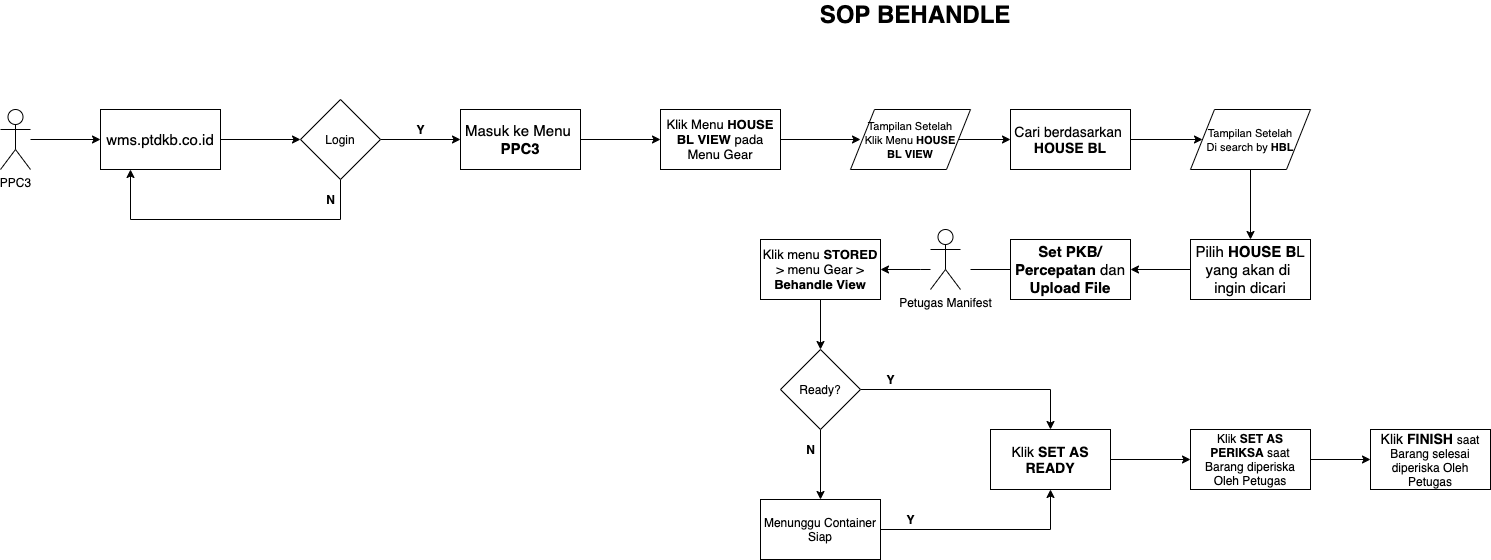
This is img/sopbehandle.png from sftmm/User-Manual, a draw.io export, as it was before one commit. Source tidied: cells renumbered, new cells last; positions are measured from the earlier drawing's top-left corner, leaving out a move shared by most shapes. Source of this version:
```xml
<mxGraphModel>
  <root>
    <mxCell id="0" />
    <mxCell id="1" parent="0" />
    <mxCell id="2" style="edgeStyle=orthogonalEdgeStyle;rounded=0;jettySize=auto;html=1;" parent="1" edge="1" source="3">
      <mxGeometry relative="1" as="geometry">
        <mxPoint x="300" y="130" as="targetPoint" />
      </mxGeometry>
    </mxCell>
    <mxCell id="3" value="&lt;font style=&quot;font-size: 15px&quot;&gt;wms.ptdkb.co.id&lt;/font&gt;" style="rounded=0;whiteSpace=wrap;html=1;" parent="1" vertex="1">
      <mxGeometry x="100" y="100" width="120" height="60" as="geometry" />
    </mxCell>
    <mxCell id="4" style="edgeStyle=orthogonalEdgeStyle;rounded=0;jettySize=auto;html=1;" parent="1" edge="1" source="6">
      <mxGeometry relative="1" as="geometry">
        <mxPoint x="460" y="130" as="targetPoint" />
      </mxGeometry>
    </mxCell>
    <mxCell id="5" style="edgeStyle=orthogonalEdgeStyle;rounded=0;jettySize=auto;html=1;entryX=0.25;entryY=1;entryDx=0;entryDy=0;" parent="1" edge="1" source="6" target="3">
      <mxGeometry relative="1" as="geometry">
        <Array as="points">
          <mxPoint x="340" y="210" />
          <mxPoint x="130" y="210" />
        </Array>
      </mxGeometry>
    </mxCell>
    <mxCell id="6" value="Login" style="rhombus;whiteSpace=wrap;html=1;" parent="1" vertex="1">
      <mxGeometry x="300" y="90" width="80" height="80" as="geometry" />
    </mxCell>
    <mxCell id="7" style="edgeStyle=orthogonalEdgeStyle;rounded=0;jettySize=auto;html=1;" parent="1" edge="1" source="8" target="10">
      <mxGeometry relative="1" as="geometry" />
    </mxCell>
    <mxCell id="8" value="&lt;font style=&quot;font-size: 15px&quot;&gt;Masuk ke Menu&amp;nbsp;&lt;br&gt;&lt;b&gt;PPC3&lt;/b&gt;&lt;br&gt;&lt;/font&gt;" style="rounded=0;whiteSpace=wrap;html=1;" parent="1" vertex="1">
      <mxGeometry x="460" y="100" width="120" height="60" as="geometry" />
    </mxCell>
    <mxCell id="9" style="edgeStyle=orthogonalEdgeStyle;rounded=0;jettySize=auto;html=1;" parent="1" edge="1" source="10">
      <mxGeometry relative="1" as="geometry">
        <mxPoint x="860" y="130" as="targetPoint" />
      </mxGeometry>
    </mxCell>
    <mxCell id="10" value="&lt;font style=&quot;font-size: 13px&quot;&gt;Klik Menu &lt;b&gt;HOUSE BL VIEW&lt;/b&gt;&amp;nbsp;pada Menu Gear&lt;br&gt;&lt;/font&gt;" style="rounded=0;whiteSpace=wrap;html=1;" parent="1" vertex="1">
      <mxGeometry x="660" y="100" width="120" height="60" as="geometry" />
    </mxCell>
    <mxCell id="11" style="edgeStyle=orthogonalEdgeStyle;rounded=0;jettySize=auto;html=1;" parent="1" edge="1" source="12" target="16">
      <mxGeometry relative="1" as="geometry" />
    </mxCell>
    <mxCell id="12" value="&lt;font style=&quot;font-size: 14px&quot;&gt;Cari berdasarkan&amp;nbsp;&lt;br&gt;&lt;b&gt;HOUSE BL&lt;/b&gt;&lt;br&gt;&lt;/font&gt;" style="rounded=0;whiteSpace=wrap;html=1;" parent="1" vertex="1">
      <mxGeometry x="1010" y="100" width="120" height="60" as="geometry" />
    </mxCell>
    <mxCell id="13" value="&lt;b&gt;Y&lt;/b&gt;" style="text;html=1;align=center;verticalAlign=middle;" parent="1" vertex="1">
      <mxGeometry x="410" y="110" width="20" height="20" as="geometry" />
    </mxCell>
    <mxCell id="14" value="&lt;b&gt;N&lt;/b&gt;" style="text;html=1;align=center;verticalAlign=middle;" parent="1" vertex="1">
      <mxGeometry x="320" y="180" width="20" height="20" as="geometry" />
    </mxCell>
    <mxCell id="15" style="edgeStyle=orthogonalEdgeStyle;rounded=0;jettySize=auto;html=1;" parent="1" edge="1" source="16" target="18">
      <mxGeometry relative="1" as="geometry" />
    </mxCell>
    <mxCell id="16" value="&lt;font style=&quot;font-size: 11px&quot;&gt;Tampilan Setelah&lt;br&gt;Di search by &lt;b&gt;HBL&lt;/b&gt;&lt;/font&gt;" style="shape=parallelogram;perimeter=parallelogramPerimeter;whiteSpace=wrap;html=1;" parent="1" vertex="1">
      <mxGeometry x="1190" y="100" width="120" height="60" as="geometry" />
    </mxCell>
    <mxCell id="17" style="edgeStyle=orthogonalEdgeStyle;rounded=0;jettySize=auto;html=1;" parent="1" edge="1" source="18" target="19">
      <mxGeometry relative="1" as="geometry" />
    </mxCell>
    <mxCell id="18" value="&lt;font style=&quot;font-size: 15px&quot;&gt;Pilih &lt;b&gt;HOUSE B&lt;/b&gt;L yang akan di&amp;nbsp;&lt;br&gt;ingin dicari&lt;br&gt;&lt;/font&gt;" style="rounded=0;whiteSpace=wrap;html=1;" parent="1" vertex="1">
      <mxGeometry x="1190" y="230" width="120" height="60" as="geometry" />
    </mxCell>
    <mxCell id="19" value="&lt;font style=&quot;font-size: 15px&quot;&gt;&lt;b&gt;Set PKB/ Percepatan&lt;/b&gt; dan &lt;b&gt;Upload File&lt;/b&gt;&lt;br&gt;&lt;/font&gt;" style="rounded=0;whiteSpace=wrap;html=1;" parent="1" vertex="1">
      <mxGeometry x="1010" y="230" width="120" height="60" as="geometry" />
    </mxCell>
    <mxCell id="20" style="edgeStyle=orthogonalEdgeStyle;rounded=0;jettySize=auto;html=1;" parent="1" edge="1" source="21" target="3">
      <mxGeometry relative="1" as="geometry" />
    </mxCell>
    <mxCell id="21" value="PPC3" style="shape=umlActor;verticalLabelPosition=bottom;labelBackgroundColor=#ffffff;verticalAlign=top;html=1;outlineConnect=0;" parent="1" vertex="1">
      <mxGeometry y="100" width="30" height="60" as="geometry" />
    </mxCell>
    <mxCell id="22" value="&lt;font size=&quot;1&quot;&gt;&lt;b style=&quot;font-size: 24px&quot;&gt;SOP BEHANDLE&lt;/b&gt;&lt;/font&gt;" style="text;html=1;strokeColor=none;fillColor=none;align=center;verticalAlign=middle;whiteSpace=wrap;rounded=0;" parent="1" vertex="1">
      <mxGeometry x="700" width="430" height="10" as="geometry" />
    </mxCell>
    <mxCell id="23" style="edgeStyle=orthogonalEdgeStyle;rounded=0;jettySize=auto;html=1;" parent="1" edge="1" source="24" target="12">
      <mxGeometry relative="1" as="geometry" />
    </mxCell>
    <mxCell id="24" value="&lt;font style=&quot;font-size: 11px&quot;&gt;Tampilan Setelah&lt;br&gt;Klik Menu &lt;b&gt;HOUSE&lt;br&gt;BL VIEW&lt;/b&gt;&lt;br&gt;&lt;/font&gt;" style="shape=parallelogram;perimeter=parallelogramPerimeter;whiteSpace=wrap;html=1;" parent="1" vertex="1">
      <mxGeometry x="850" y="100" width="120" height="60" as="geometry" />
    </mxCell>
    <mxCell id="25" style="endArrow=none;html=1;entryX=0;entryY=0.5;entryDx=0;entryDy=0;" parent="1" edge="1" target="19">
      <mxGeometry relative="1" as="geometry">
        <mxPoint x="970" y="260" as="sourcePoint" />
      </mxGeometry>
    </mxCell>
    <mxCell id="26" style="edgeStyle=orthogonalEdgeStyle;rounded=0;jettySize=auto;html=1;" parent="1" edge="1" source="27" target="29">
      <mxGeometry relative="1" as="geometry">
        <Array as="points">
          <mxPoint x="920" y="260" />
          <mxPoint x="920" y="260" />
        </Array>
      </mxGeometry>
    </mxCell>
    <mxCell id="27" value="Petugas Manifest" style="shape=umlActor;verticalLabelPosition=bottom;labelBackgroundColor=#ffffff;verticalAlign=top;html=1;outlineConnect=0;" parent="1" vertex="1">
      <mxGeometry x="930" y="220" width="30" height="60" as="geometry" />
    </mxCell>
    <mxCell id="28" style="edgeStyle=orthogonalEdgeStyle;rounded=0;jettySize=auto;html=1;" parent="1" edge="1" source="29" target="37">
      <mxGeometry relative="1" as="geometry" />
    </mxCell>
    <mxCell id="29" value="&lt;font style=&quot;font-size: 13px&quot;&gt;&lt;font style=&quot;font-size: 13px&quot;&gt;Klik menu &lt;b&gt;STORED&lt;/b&gt; &amp;gt; menu Gear &amp;gt; &lt;b&gt;Behandle View&lt;/b&gt;&lt;/font&gt;&lt;br&gt;&lt;/font&gt;" style="rounded=0;whiteSpace=wrap;html=1;" parent="1" vertex="1">
      <mxGeometry x="760" y="230" width="120" height="60" as="geometry" />
    </mxCell>
    <mxCell id="30" style="edgeStyle=orthogonalEdgeStyle;rounded=0;jettySize=auto;html=1;" parent="1" edge="1" source="31" target="33">
      <mxGeometry relative="1" as="geometry" />
    </mxCell>
    <mxCell id="31" value="&lt;font&gt;&lt;span style=&quot;font-size: 14px&quot;&gt;Klik&lt;b&gt; SET AS READY&lt;/b&gt;&lt;/span&gt;&lt;br&gt;&lt;/font&gt;" style="rounded=0;whiteSpace=wrap;html=1;" parent="1" vertex="1">
      <mxGeometry x="990" y="420" width="120" height="60" as="geometry" />
    </mxCell>
    <mxCell id="32" style="edgeStyle=orthogonalEdgeStyle;rounded=0;jettySize=auto;html=1;" parent="1" edge="1" source="33" target="34">
      <mxGeometry relative="1" as="geometry" />
    </mxCell>
    <mxCell id="33" value="&lt;font style=&quot;font-size: 12px&quot;&gt;&lt;span&gt;Klik&lt;b&gt; SET AS PERIKSA &lt;/b&gt;saat Barang diperiska Oleh Petugas&lt;/span&gt;&lt;br&gt;&lt;/font&gt;" style="rounded=0;whiteSpace=wrap;html=1;" parent="1" vertex="1">
      <mxGeometry x="1190" y="420" width="120" height="60" as="geometry" />
    </mxCell>
    <mxCell id="34" value="&lt;font&gt;&lt;span style=&quot;font-size: 14px&quot;&gt;Klik&lt;b&gt;&amp;nbsp;FINISH&amp;nbsp;&lt;/b&gt;&lt;/span&gt;saat Barang selesai diperiska Oleh Petugas&lt;br&gt;&lt;/font&gt;" style="rounded=0;whiteSpace=wrap;html=1;" parent="1" vertex="1">
      <mxGeometry x="1370" y="420" width="120" height="60" as="geometry" />
    </mxCell>
    <mxCell id="35" style="edgeStyle=orthogonalEdgeStyle;rounded=0;jettySize=auto;html=1;" parent="1" edge="1" source="37" target="31">
      <mxGeometry relative="1" as="geometry">
        <Array as="points">
          <mxPoint x="1050" y="380" />
        </Array>
      </mxGeometry>
    </mxCell>
    <mxCell id="36" style="edgeStyle=orthogonalEdgeStyle;rounded=0;jettySize=auto;html=1;" parent="1" edge="1" source="37" target="39">
      <mxGeometry relative="1" as="geometry" />
    </mxCell>
    <mxCell id="37" value="Ready?" style="rhombus;whiteSpace=wrap;html=1;" parent="1" vertex="1">
      <mxGeometry x="780" y="340" width="80" height="80" as="geometry" />
    </mxCell>
    <mxCell id="38" style="edgeStyle=orthogonalEdgeStyle;rounded=0;jettySize=auto;html=1;entryX=0.5;entryY=1;entryDx=0;entryDy=0;" parent="1" edge="1" source="39" target="31">
      <mxGeometry relative="1" as="geometry" />
    </mxCell>
    <mxCell id="39" value="Menunggu Container Siap" style="rounded=0;whiteSpace=wrap;html=1;" parent="1" vertex="1">
      <mxGeometry x="760" y="490" width="120" height="60" as="geometry" />
    </mxCell>
    <mxCell id="40" value="&lt;b&gt;N&lt;/b&gt;" style="text;html=1;align=center;verticalAlign=middle;" parent="1" vertex="1">
      <mxGeometry x="800" y="430" width="20" height="20" as="geometry" />
    </mxCell>
    <mxCell id="41" value="&lt;b&gt;Y&lt;/b&gt;" style="text;html=1;align=center;verticalAlign=middle;" parent="1" vertex="1">
      <mxGeometry x="880" y="360" width="20" height="20" as="geometry" />
    </mxCell>
    <mxCell id="42" value="&lt;b&gt;Y&lt;/b&gt;" style="text;html=1;align=center;verticalAlign=middle;" parent="1" vertex="1">
      <mxGeometry x="900" y="500" width="20" height="20" as="geometry" />
    </mxCell>
  </root>
</mxGraphModel>
```
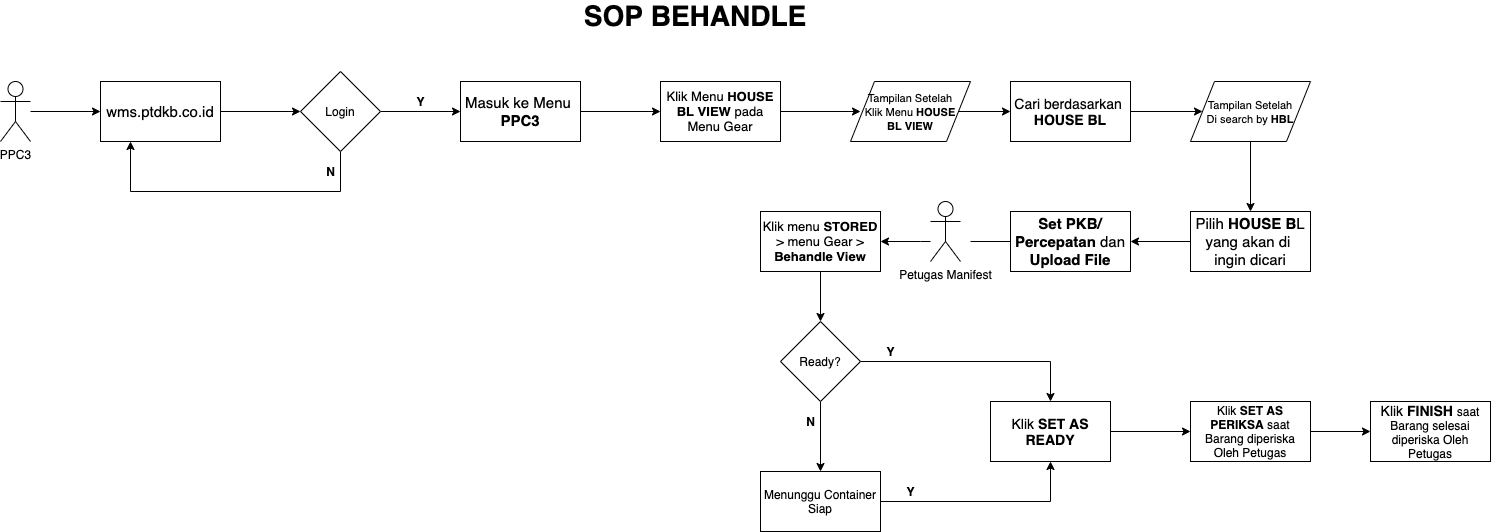
Above is the later version.

Change to the diagram source:
```diff
@@ -73,8 +73,8 @@
     <mxCell id="21" value="PPC3" style="shape=umlActor;verticalLabelPosition=bottom;labelBackgroundColor=#ffffff;verticalAlign=top;html=1;outlineConnect=0;" parent="1" vertex="1">
       <mxGeometry y="100" width="30" height="60" as="geometry" />
     </mxCell>
-    <mxCell id="22" value="&lt;font size=&quot;1&quot;&gt;&lt;b style=&quot;font-size: 24px&quot;&gt;SOP BEHANDLE&lt;/b&gt;&lt;/font&gt;" style="text;html=1;strokeColor=none;fillColor=none;align=center;verticalAlign=middle;whiteSpace=wrap;rounded=0;" parent="1" vertex="1">
-      <mxGeometry x="700" width="430" height="10" as="geometry" />
+    <mxCell id="22" value="&lt;font size=&quot;1&quot;&gt;&lt;b style=&quot;font-size: 28px&quot;&gt;SOP BEHANDLE&lt;/b&gt;&lt;/font&gt;" style="text;html=1;strokeColor=none;fillColor=none;align=center;verticalAlign=middle;whiteSpace=wrap;rounded=0;" parent="1" vertex="1">
+      <mxGeometry x="480" y="30" width="430" height="10" as="geometry" />
     </mxCell>
     <mxCell id="23" style="edgeStyle=orthogonalEdgeStyle;rounded=0;jettySize=auto;html=1;" parent="1" edge="1" source="24" target="12">
       <mxGeometry relative="1" as="geometry" />
```
